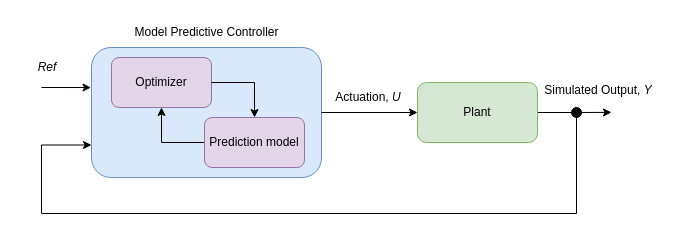
Above: fig/mpc_control_loop.drawio in gotvinne/Light-weight-MPC (draw.io), before the change. Source tidied: cells renumbered, new cells numbered last; positions are measured from the earlier drawing's top-left corner, leaving out a move shared by most shapes. Both pictures are drawn from the tidied source at 100%, with x=0, y=0 at pixel (17, 17).
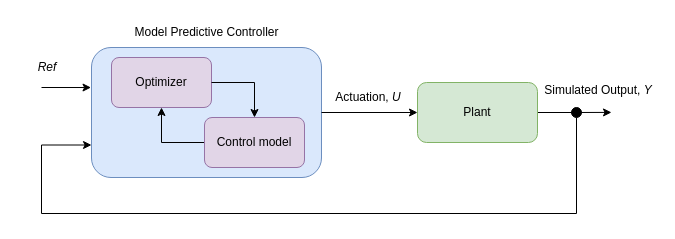
Above is the later version.

Unchanged cells that the change refers to:
```xml
<mxCell id="4" style="group;" parent="1" vertex="1">
  <mxGeometry x="74" y="30" width="230" height="130" as="geometry" />
</mxCell>
```

What changed in the source:
```diff
@@
-    <mxCell id="8" value="Prediction model" style="rounded=1;whiteSpace=wrap;html=1;fillColor=#e1d5e7;strokeColor=#9673a6;" parent="4" vertex="1">
+    <mxCell id="8" value="Control model" style="rounded=1;whiteSpace=wrap;html=1;fillColor=#e1d5e7;strokeColor=#9673a6;" parent="4" vertex="1">
       <mxGeometry x="113" y="70" width="100" height="50" as="geometry" />
     </mxCell>
```
